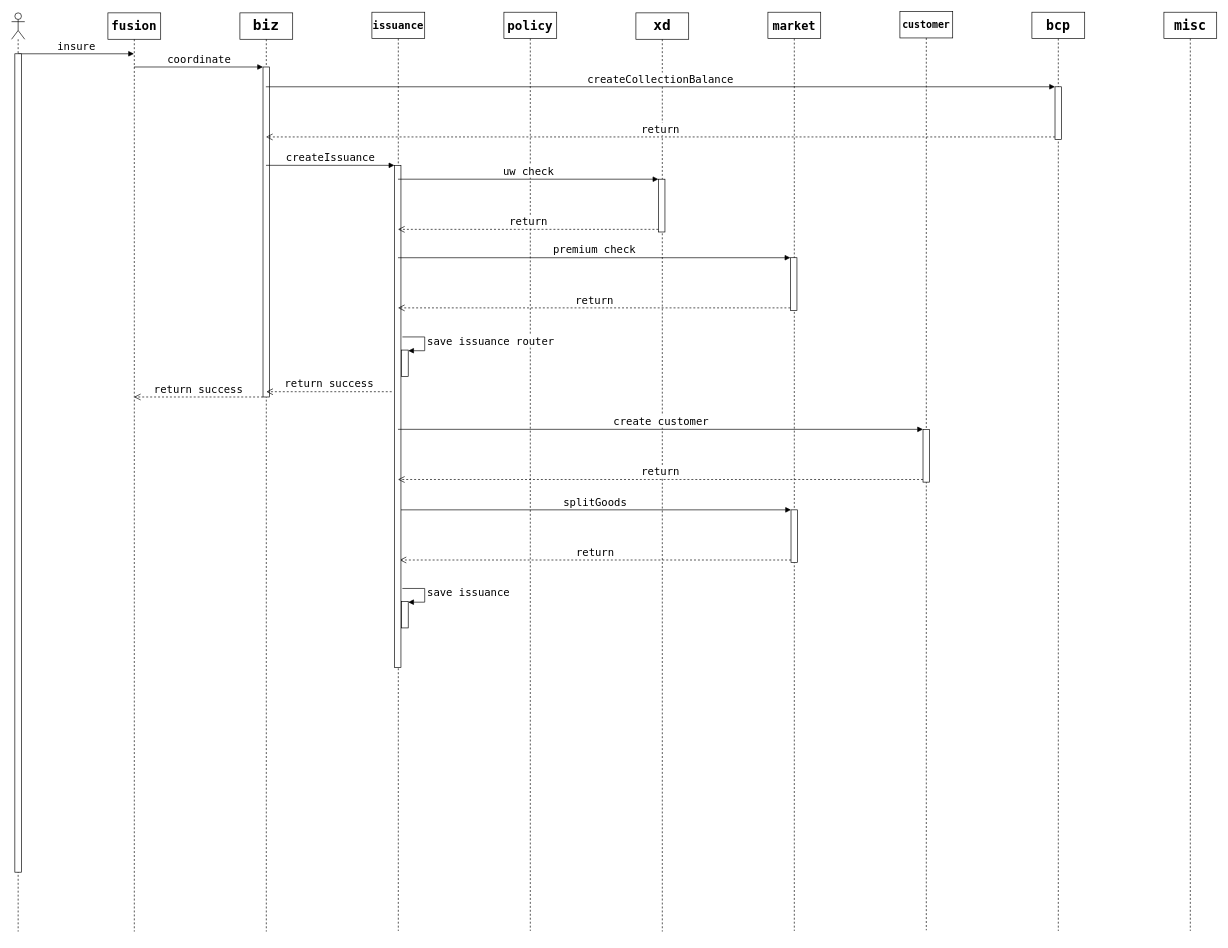
The draw.io diagram sj/sj5期出单流程.drawio in junzeQin/za, before the edit. Source tidied: cells renumbered, new cells numbered last; positions are measured from the earlier drawing's top-left corner, leaving out a move shared by most shapes. Both pictures are drawn from the tidied source at 66%, with x=0, y=0 at pixel (11, 11).
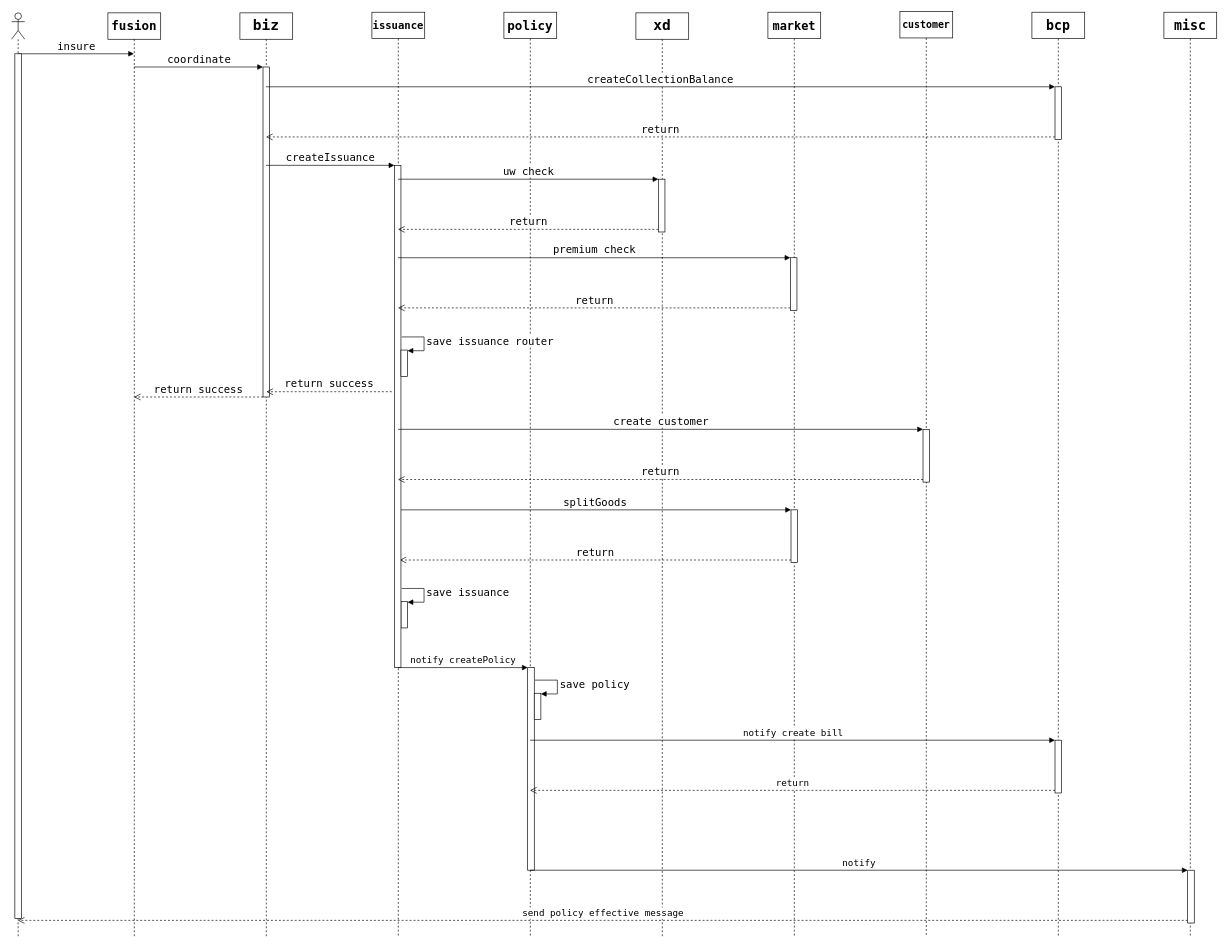
After the change.

Commit message:
创建sj续期流程.drawio

What changed in the source:
```diff
@@
     <mxCell id="2" value="fusion" style="shape=umlLifeline;perimeter=lifelinePerimeter;whiteSpace=wrap;html=1;outlineConnect=0;fontFamily=Lucida Console;fontSize=19;fontStyle=1;" parent="1" vertex="1">
-      <mxGeometry x="146" y="2" width="80" height="1392" as="geometry" />
+      <mxGeometry x="146" y="2" width="80" height="1400" as="geometry" />
     </mxCell>
     <mxCell id="3" style="shape=umlLifeline;participant=umlActor;perimeter=lifelinePerimeter;whiteSpace=wrap;html=1;verticalAlign=top;spacingTop=36;outlineConnect=0;fontSize=20;" parent="1" vertex="1">
-      <mxGeometry y="2" width="20" height="1392" as="geometry" />
+      <mxGeometry y="2" width="20" height="1400" as="geometry" />
     </mxCell>
@@
     <mxCell id="5" style="html=1;perimeter=orthogonalPerimeter;" parent="1" vertex="1">
-      <mxGeometry x="5" y="64" width="10" height="1240" as="geometry" />
+      <mxGeometry x="5" y="64" width="10" height="1310" as="geometry" />
     </mxCell>
     <mxCell id="6" value="issuance" style="shape=umlLifeline;perimeter=lifelinePerimeter;whiteSpace=wrap;html=1;outlineConnect=0;fontFamily=Lucida Console;fontSize=16;fontStyle=1;" parent="1" vertex="1">
-      <mxGeometry x="546" y="1" width="80" height="1392" as="geometry" />
+      <mxGeometry x="546" y="1" width="80" height="1400" as="geometry" />
     </mxCell>
     <mxCell id="7" style="html=1;perimeter=orthogonalPerimeter;fontFamily=Lucida Console;fontSize=16;" parent="6" vertex="1">
-      <mxGeometry x="45" y="892.9" width="10" height="40" as="geometry" />
+      <mxGeometry x="44" y="892.9" width="10" height="40" as="geometry" />
     </mxCell>
     <mxCell id="8" value="save issuance" style="edgeStyle=orthogonalEdgeStyle;html=1;align=left;spacingLeft=2;endArrow=block;rounded=0;entryX=1;entryY=0;fontFamily=Lucida Console;fontSize=16;exitX=1.224;exitY=0.293;exitDx=0;exitDy=0;exitPerimeter=0;" parent="6" edge="1">
       <mxGeometry relative="1" as="geometry">
-        <mxPoint x="46.2" y="873.1" as="sourcePoint" />
-        <mxPoint x="55" y="893.9" as="targetPoint" />
+        <mxPoint x="45.2" y="873.1" as="sourcePoint" />
+        <mxPoint x="54" y="893.9" as="targetPoint" />
         <Array as="points">
-          <mxPoint x="80" y="872.9" />
-          <mxPoint x="80" y="893.9" />
+          <mxPoint x="79" y="872.9" />
+          <mxPoint x="79" y="893.9" />
         </Array>
       </mxGeometry>
     </mxCell>
     <mxCell id="9" value="policy" style="shape=umlLifeline;perimeter=lifelinePerimeter;whiteSpace=wrap;html=1;outlineConnect=0;fontFamily=Lucida Console;fontSize=19;fontStyle=1;" parent="1" vertex="1">
-      <mxGeometry x="746" y="1" width="80" height="1392" as="geometry" />
+      <mxGeometry x="746" y="1" width="80" height="1400" as="geometry" />
     </mxCell>
+    <mxCell id="39" style="html=1;points=[];perimeter=orthogonalPerimeter;" parent="9" vertex="1">
+      <mxGeometry x="36" y="993" width="10" height="307" as="geometry" />
+    </mxCell>
+    <mxCell id="40" style="html=1;perimeter=orthogonalPerimeter;fontFamily=Lucida Console;fontSize=16;" parent="9" vertex="1">
+      <mxGeometry x="46" y="1031.9" width="10" height="40" as="geometry" />
+    </mxCell>
+    <mxCell id="41" value="save policy" style="edgeStyle=orthogonalEdgeStyle;html=1;align=left;spacingLeft=2;endArrow=block;rounded=0;entryX=1;entryY=0;fontFamily=Lucida Console;fontSize=16;exitX=1.224;exitY=0.293;exitDx=0;exitDy=0;exitPerimeter=0;" parent="9" edge="1">
+      <mxGeometry relative="1" as="geometry">
+        <mxPoint x="47.2" y="1012" as="sourcePoint" />
+        <mxPoint x="56" y="1032.9" as="targetPoint" />
+        <Array as="points">
+          <mxPoint x="81" y="1011.9" />
+          <mxPoint x="81" y="1032.9" />
+        </Array>
+      </mxGeometry>
+    </mxCell>
     <mxCell id="10" value="market" style="shape=umlLifeline;perimeter=lifelinePerimeter;whiteSpace=wrap;html=1;fontFamily=Lucida Console;fontSize=18;fontStyle=1;" parent="1" vertex="1">
-      <mxGeometry x="1146" y="1" width="80" height="1392" as="geometry" />
+      <mxGeometry x="1146" y="1" width="80" height="1400" as="geometry" />
     </mxCell>
@@
     <mxCell id="13" value="customer" style="shape=umlLifeline;perimeter=lifelinePerimeter;whiteSpace=wrap;html=1;fontFamily=Lucida Console;fontSize=15;fontStyle=1;" parent="1" vertex="1">
-      <mxGeometry x="1346" width="80" height="1392" as="geometry" />
+      <mxGeometry x="1346" width="80" height="1400" as="geometry" />
     </mxCell>
     <mxCell id="14" value="bcp" style="shape=umlLifeline;perimeter=lifelinePerimeter;whiteSpace=wrap;html=1;fontFamily=Lucida Console;fontSize=20;fontStyle=1;" parent="1" vertex="1">
-      <mxGeometry x="1546" y="1" width="80" height="1392" as="geometry" />
+      <mxGeometry x="1546" y="1" width="80" height="1400" as="geometry" />
     </mxCell>
@@
+    <mxCell id="42" style="html=1;points=[];perimeter=orthogonalPerimeter;fontFamily=Lucida Console;fontSize=14;" parent="14" vertex="1">
+      <mxGeometry x="35" y="1103" width="10" height="80" as="geometry" />
+    </mxCell>
     <mxCell id="16" value="misc" style="shape=umlLifeline;perimeter=lifelinePerimeter;whiteSpace=wrap;html=1;fontFamily=Lucida Console;fontSize=20;fontStyle=1;" parent="1" vertex="1">
-      <mxGeometry x="1746" y="1" width="80" height="1392" as="geometry" />
+      <mxGeometry x="1746" y="1" width="80" height="1400" as="geometry" />
     </mxCell>
+    <mxCell id="43" style="html=1;points=[];perimeter=orthogonalPerimeter;fontFamily=Lucida Console;fontSize=14;" parent="16" vertex="1">
+      <mxGeometry x="36" y="1300" width="10" height="80" as="geometry" />
+    </mxCell>
     <mxCell id="17" value="biz" style="shape=umlLifeline;perimeter=lifelinePerimeter;whiteSpace=wrap;html=1;outlineConnect=0;fontFamily=Lucida Console;fontSize=22;fontStyle=1;" parent="1" vertex="1">
-      <mxGeometry x="346" y="2" width="80" height="1392" as="geometry" />
+      <mxGeometry x="346" y="2" width="80" height="1400" as="geometry" />
     </mxCell>
@@
     <mxCell id="21" value="xd" style="shape=umlLifeline;perimeter=lifelinePerimeter;whiteSpace=wrap;html=1;fontFamily=Lucida Console;fontStyle=1;fontSize=22;" parent="1" vertex="1">
-      <mxGeometry x="946" y="2" width="80" height="1392" as="geometry" />
+      <mxGeometry x="946" y="2" width="80" height="1400" as="geometry" />
     </mxCell>
@@
     <mxCell id="37" style="html=1;perimeter=orthogonalPerimeter;fontFamily=Lucida Console;fontSize=16;" parent="1" vertex="1">
-      <mxGeometry x="591" y="512.9" width="10" height="40" as="geometry" />
+      <mxGeometry x="590" y="512.9" width="10" height="40" as="geometry" />
     </mxCell>
     <mxCell id="38" value="save issuance router" style="edgeStyle=orthogonalEdgeStyle;html=1;align=left;spacingLeft=2;endArrow=block;rounded=0;entryX=1;entryY=0;fontFamily=Lucida Console;fontSize=16;exitX=1.224;exitY=0.293;exitDx=0;exitDy=0;exitPerimeter=0;" parent="1" edge="1">
       <mxGeometry relative="1" as="geometry">
-        <mxPoint x="592.2" y="493" as="sourcePoint" />
-        <mxPoint x="601" y="513.9" as="targetPoint" />
+        <mxPoint x="591.2" y="493" as="sourcePoint" />
+        <mxPoint x="600" y="513.9" as="targetPoint" />
         <Array as="points">
-          <mxPoint x="626" y="492.9" />
-          <mxPoint x="626" y="513.9" />
+          <mxPoint x="625" y="492.9" />
+          <mxPoint x="625" y="513.9" />
         </Array>
       </mxGeometry>
     </mxCell>
+    <mxCell id="44" value="notify createPolicy" style="html=1;verticalAlign=bottom;endArrow=block;entryX=0;entryY=0;rounded=0;fontSize=14;fontFamily=Lucida Console;" parent="1" edge="1" source="6" target="39">
+      <mxGeometry relative="1" as="geometry" />
+    </mxCell>
+    <mxCell id="45" value="notify create bill" style="html=1;verticalAlign=bottom;endArrow=block;entryX=0;entryY=0;rounded=0;fontFamily=Lucida Console;fontSize=14;" parent="1" edge="1" source="9" target="42">
+      <mxGeometry relative="1" as="geometry" />
+    </mxCell>
+    <mxCell id="46" value="return" style="html=1;verticalAlign=bottom;endArrow=open;dashed=1;endSize=8;exitX=0;exitY=0.95;rounded=0;fontFamily=Lucida Console;fontSize=14;" parent="1" edge="1" source="42" target="9">
+      <mxGeometry relative="1" as="geometry" />
+    </mxCell>
+    <mxCell id="47" value="notify" style="html=1;verticalAlign=bottom;endArrow=block;entryX=0;entryY=0;rounded=0;fontFamily=Lucida Console;fontSize=14;" parent="1" edge="1" source="9" target="43">
+      <mxGeometry relative="1" as="geometry" />
+    </mxCell>
+    <mxCell id="48" value="send policy effective message" style="html=1;verticalAlign=bottom;endArrow=open;dashed=1;endSize=8;exitX=0;exitY=0.95;rounded=0;fontFamily=Lucida Console;fontSize=14;" parent="1" edge="1" source="43" target="3">
+      <mxGeometry relative="1" as="geometry" />
+    </mxCell>
```
